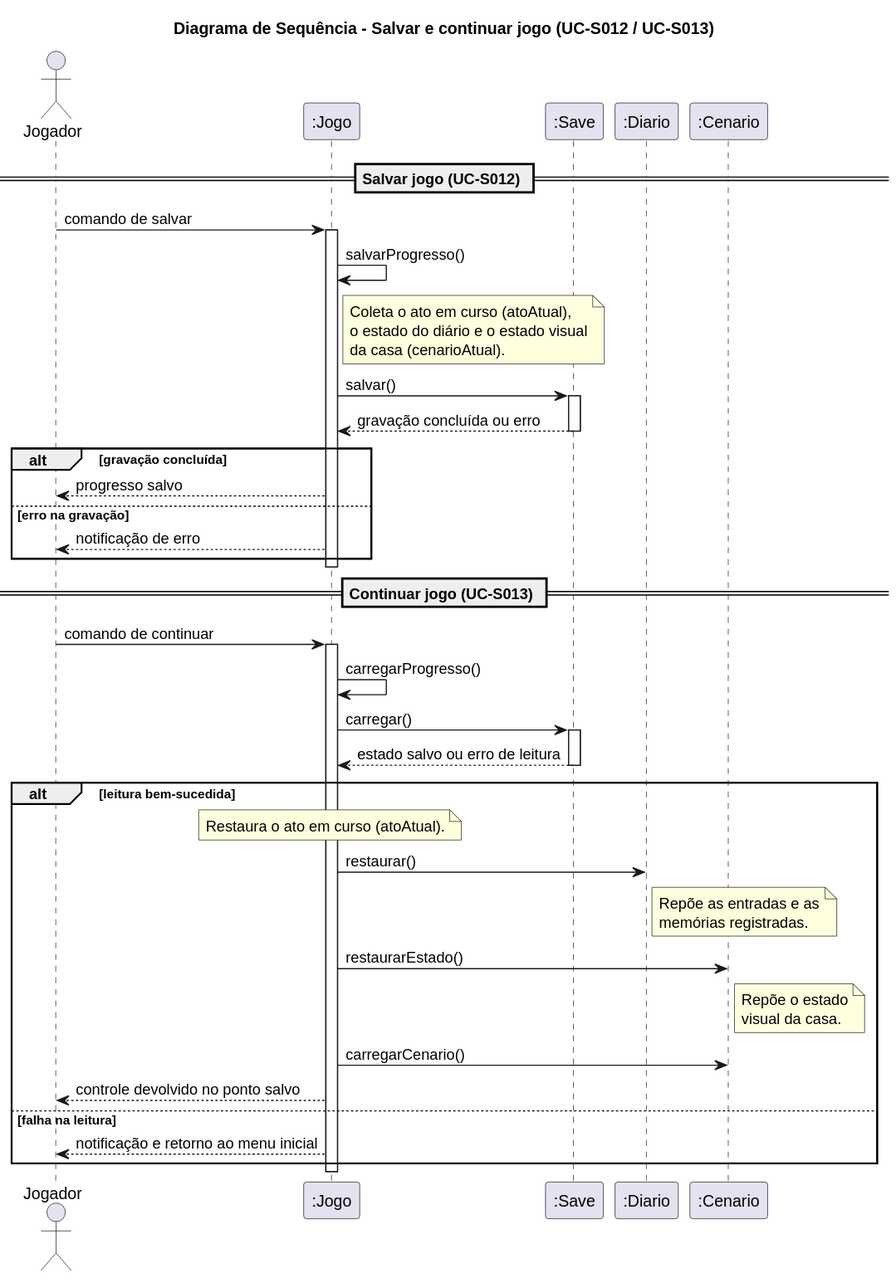
Earlier version of the PlantUML export docs/diagramas/sequencia-salvar-continuar.svg (omatheusfaria/Ani). The source it was exported from:
```plantuml
@startuml
title Diagrama de Sequência - Salvar e continuar jogo (UC-S012 / UC-S013)

actor Jogador
participant ":Jogo" as Jogo
participant ":Save" as Save
participant ":Diario" as Diario
participant ":Cenario" as Cen

== Salvar jogo (UC-S012) ==
Jogador -> Jogo : comando de salvar
activate Jogo
Jogo -> Jogo : salvarProgresso()
note right of Jogo
  Coleta o ato em curso (atoAtual),
  o estado do diário e o estado visual
  da casa (cenarioAtual).
end note
Jogo -> Save : salvar()
activate Save
Save --> Jogo : gravação concluída ou erro
deactivate Save
alt gravação concluída
  Jogo --> Jogador : progresso salvo
else erro na gravação
  Jogo --> Jogador : notificação de erro
end
deactivate Jogo

== Continuar jogo (UC-S013) ==
Jogador -> Jogo : comando de continuar
activate Jogo
Jogo -> Jogo : carregarProgresso()
Jogo -> Save : carregar()
activate Save
Save --> Jogo : estado salvo ou erro de leitura
deactivate Save
alt leitura bem-sucedida
  note over Jogo : Restaura o ato em curso (atoAtual).
  Jogo -> Diario : restaurar()
  note right of Diario : Repõe as entradas e as\nmemórias registradas.
  Jogo -> Cen : restaurarEstado()
  note right of Cen : Repõe o estado\nvisual da casa.
  Jogo -> Cen : carregarCenario()
  Jogo --> Jogador : controle devolvido no ponto salvo
else falha na leitura
  Jogo --> Jogador : notificação e retorno ao menu inicial
end
deactivate Jogo
@enduml
```
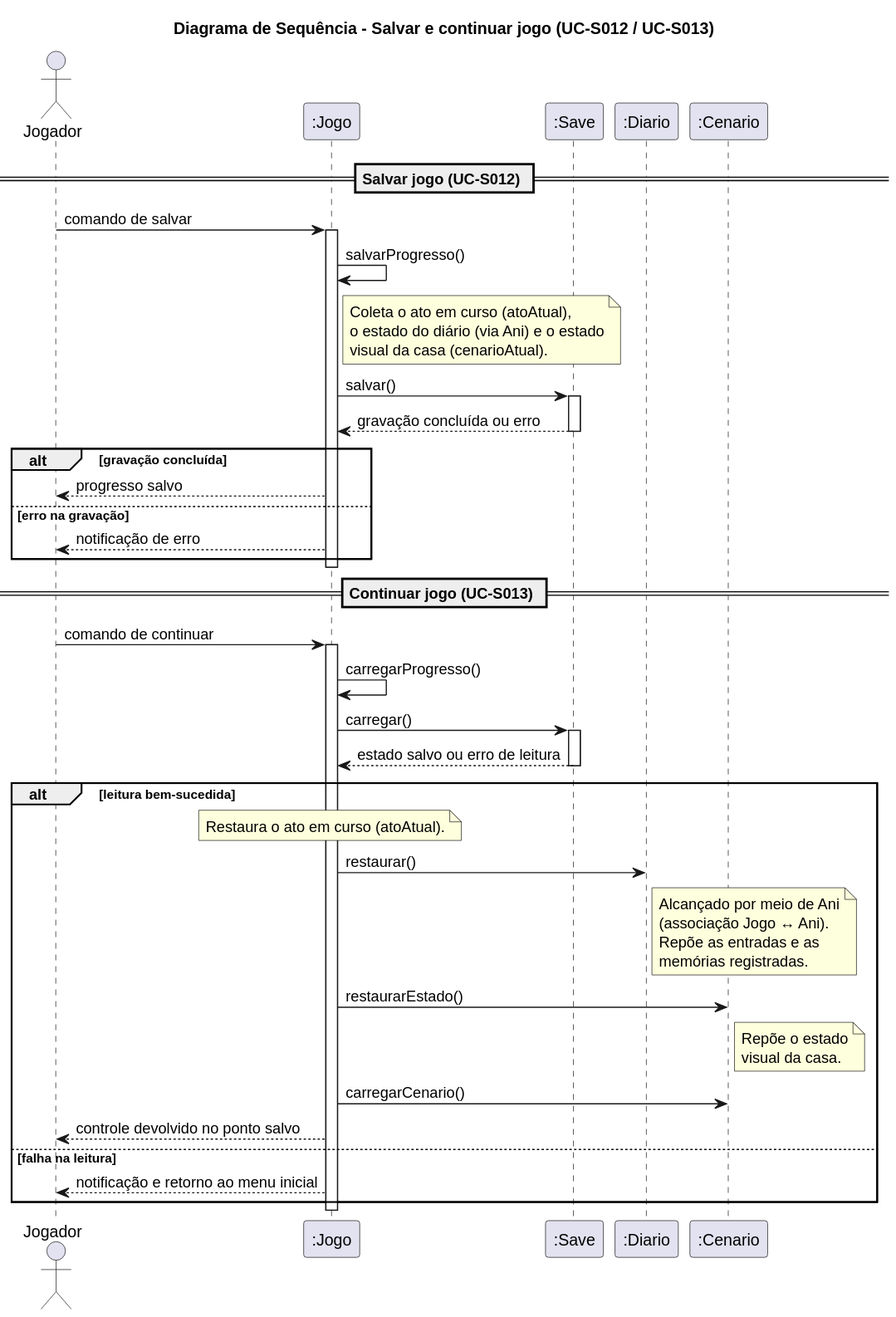
Later version of the same file.

Commit message:
Acrescenta a associação bidirecional Jogo ↔ Ani (1 : 1), com Jogo alcançando o Diario via Ani (item 61, decisão 1)

Diff of the diagram source:
```diff
@@ -13,8 +13,8 @@
 Jogo -> Jogo : salvarProgresso()
 note right of Jogo
   Coleta o ato em curso (atoAtual),
-  o estado do diário e o estado visual
-  da casa (cenarioAtual).
+  o estado do diário (via Ani) e o estado
+  visual da casa (cenarioAtual).
 end note
 Jogo -> Save : salvar()
 activate Save
@@ -38,7 +38,7 @@
 alt leitura bem-sucedida
   note over Jogo : Restaura o ato em curso (atoAtual).
   Jogo -> Diario : restaurar()
-  note right of Diario : Repõe as entradas e as\nmemórias registradas.
+  note right of Diario : Alcançado por meio de Ani\n(associação Jogo ↔ Ani).\nRepõe as entradas e as\nmemórias registradas.
   Jogo -> Cen : restaurarEstado()
   note right of Cen : Repõe o estado\nvisual da casa.
   Jogo -> Cen : carregarCenario()
```
